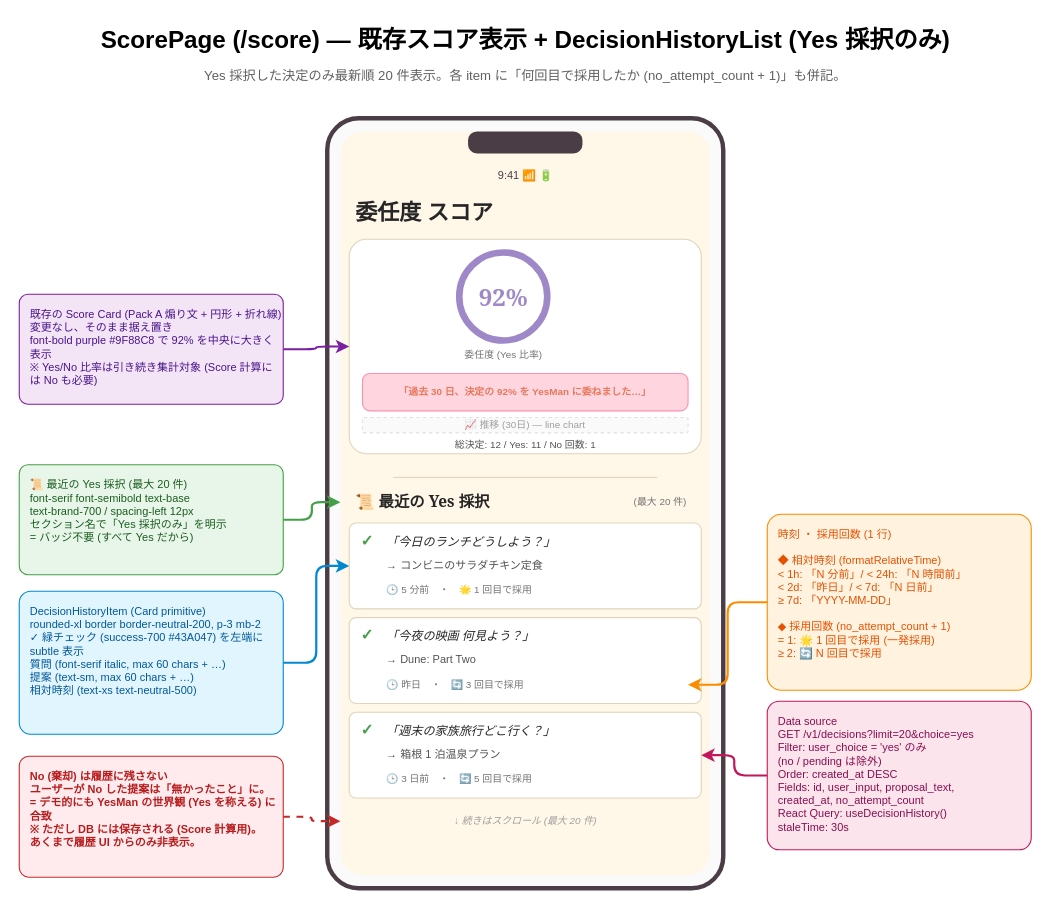
y-morimatsu/yes-man keeps this draw.io diagram as page "01_ScorePage_with_History" (1 of 2) of docs/superpowers/specs/diagrams/2026-05-22-score-decision-history-screens.drawio. Above is the earlier version. Source tidied: cells renumbered, new cells numbered last; positions are measured from the earlier drawing's top-left corner, leaving out a move shared by most shapes. Both pictures are drawn from the tidied source at 110%, with x=0, y=0 at pixel (19, 19).
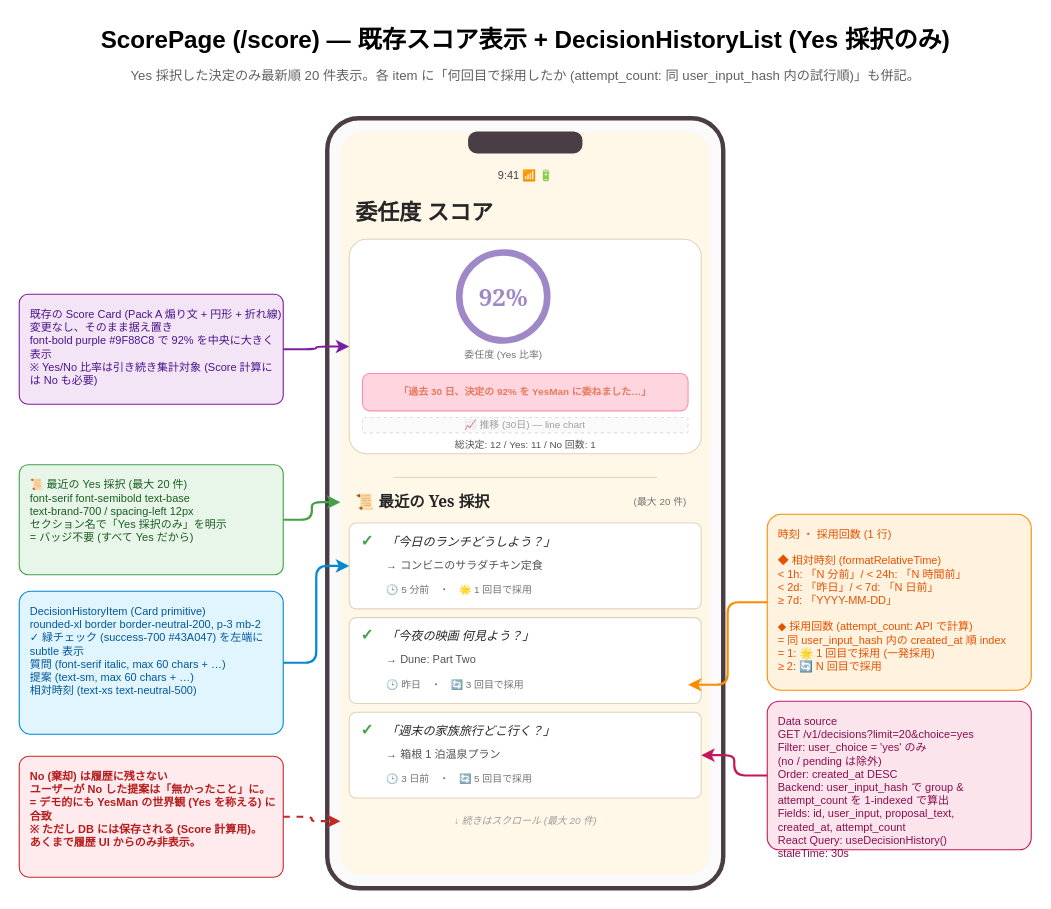
Above is the later version.

The edit, as a diff of the source:
```diff
@@
-    <mxCell id="3" value="Yes 採択した決定のみ最新順 20 件表示。各 item に「何回目で採用したか (no_attempt_count + 1)」も併記。" style="text;html=1;strokeColor=none;fillColor=none;align=center;verticalAlign=middle;fontSize=12;fontColor=#616161;" parent="1" vertex="1">
+    <mxCell id="3" value="Yes 採択した決定のみ最新順 20 件表示。各 item に「何回目で採用したか (attempt_count: 同 user_input_hash 内の試行順)」も併記。" style="text;html=1;strokeColor=none;fillColor=none;align=center;verticalAlign=middle;fontSize=12;fontColor=#616161;" parent="1" vertex="1">
       <mxGeometry y="40" width="920" height="24" as="geometry" />
     </mxCell>
@@
-    <mxCell id="38" value="時刻 ・ 採用回数 (1 行)&#10;&#10;◆ 相対時刻 (formatRelativeTime)&#10;  &lt; 1h:  「N 分前」/ &lt; 24h: 「N 時間前」&#10;  &lt; 2d:  「昨日」/ &lt; 7d:  「N 日前」&#10;  ≥ 7d:  「YYYY-MM-DD」&#10;&#10;◆ 採用回数 (no_attempt_count + 1)&#10;  = 1: 🌟 1 回目で採用 (一発採用)&#10;  ≥ 2: 🔄 N 回目で採用" style="rounded=1;whiteSpace=wrap;html=1;fillColor=#FFF3E0;strokeColor=#FB8C00;fontColor=#E65100;fontSize=10;align=left;verticalAlign=top;arcSize=8;spacingLeft=8;spacingTop=6;" parent="1" vertex="1">
+    <mxCell id="38" value="時刻 ・ 採用回数 (1 行)&#10;&#10;◆ 相対時刻 (formatRelativeTime)&#10;  &lt; 1h:  「N 分前」/ &lt; 24h: 「N 時間前」&#10;  &lt; 2d:  「昨日」/ &lt; 7d:  「N 日前」&#10;  ≥ 7d:  「YYYY-MM-DD」&#10;&#10;◆ 採用回数 (attempt_count: API で計算)&#10;  = 同 user_input_hash 内の created_at 順 index&#10;  = 1: 🌟 1 回目で採用 (一発採用)&#10;  ≥ 2: 🔄 N 回目で採用" style="rounded=1;whiteSpace=wrap;html=1;fillColor=#FFF3E0;strokeColor=#FB8C00;fontColor=#E65100;fontSize=10;align=left;verticalAlign=top;arcSize=8;spacingLeft=8;spacingTop=6;" parent="1" vertex="1">
       <mxGeometry x="680" y="450" width="240" height="160" as="geometry" />
     </mxCell>
-    <mxCell id="39" value="Data source&#10;GET /v1/decisions?limit=20&amp;choice=yes&#10;Filter: user_choice = 'yes' のみ&#10;        (no / pending は除外)&#10;Order: created_at DESC&#10;Fields: id, user_input, proposal_text,&#10;        created_at, no_attempt_count&#10;React Query: useDecisionHistory()&#10;staleTime: 30s" style="rounded=1;whiteSpace=wrap;html=1;fillColor=#FCE4EC;strokeColor=#C2185B;fontColor=#880E4F;fontSize=10;align=left;verticalAlign=top;arcSize=8;spacingLeft=8;spacingTop=6;" parent="1" vertex="1">
+    <mxCell id="39" value="Data source&#10;GET /v1/decisions?limit=20&amp;choice=yes&#10;Filter: user_choice = 'yes' のみ&#10;        (no / pending は除外)&#10;Order: created_at DESC&#10;Backend: user_input_hash で group &amp;&#10;        attempt_count を 1-indexed で算出&#10;Fields: id, user_input, proposal_text,&#10;        created_at, attempt_count&#10;React Query: useDecisionHistory()&#10;staleTime: 30s" style="rounded=1;whiteSpace=wrap;html=1;fillColor=#FCE4EC;strokeColor=#C2185B;fontColor=#880E4F;fontSize=10;align=left;verticalAlign=top;arcSize=8;spacingLeft=8;spacingTop=6;" parent="1" vertex="1">
       <mxGeometry x="680" y="620" width="240" height="135" as="geometry" />
     </mxCell>
```
